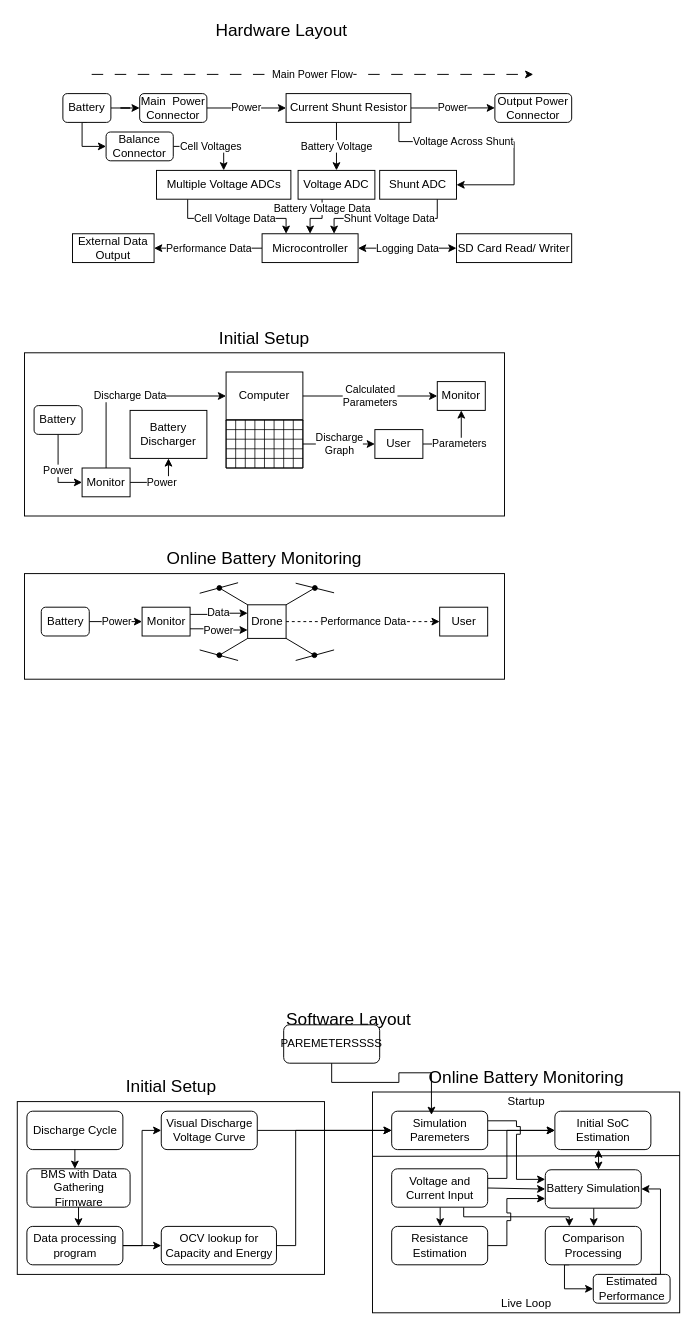
Earlier version of the draw.io diagram dissertation/Block Diagram.drawio (karl03/predictive-bms). Source tidied: cells renumbered, new cells numbered last; positions are measured from the earlier drawing's top-left corner, leaving out a move shared by most shapes. Both pictures are drawn from the tidied source at 96%, with x=0, y=0 at pixel (16, 16).
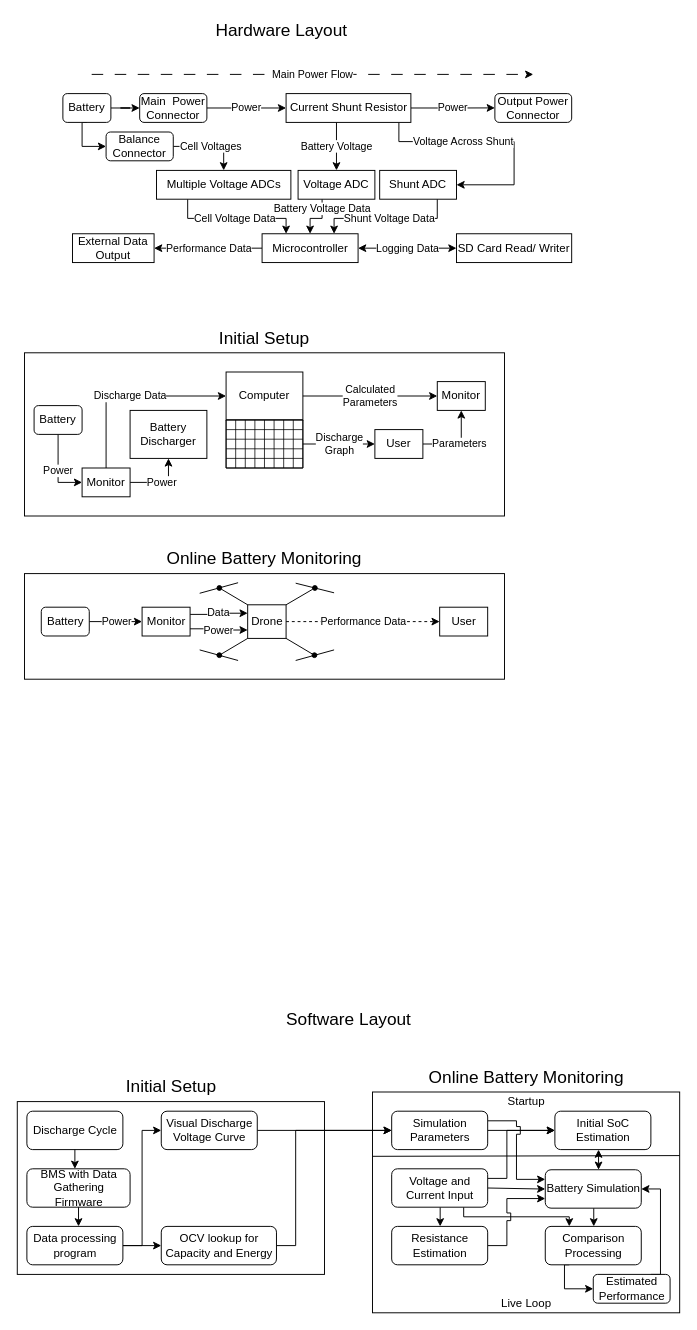
The same page after the edit.

Commit message (it also covers changes not shown here):
Update diagram, comments

Unchanged cells that the change refers to:
```xml
<mxCell id="32" value="Startup" style="text;html=1;strokeColor=none;fillColor=none;align=center;verticalAlign=middle;whiteSpace=wrap;rounded=0;" parent="1" vertex="1">
  <mxGeometry x="370.5" y="1120" width="320" height="20" as="geometry" />
</mxCell>
```

Diff of the diagram source:
```diff
@@
-    <mxCell id="19" value="Simulation Paremeters" style="rounded=1;whiteSpace=wrap;html=1;" parent="1" vertex="1">
+    <mxCell id="19" value="Simulation Parameters" style="rounded=1;whiteSpace=wrap;html=1;" parent="1" vertex="1">
       <mxGeometry x="390.5" y="1140" width="100" height="40" as="geometry" />
     </mxCell>
@@
-    <mxCell id="110" value="PAREMETERSSSS" style="rounded=1;whiteSpace=wrap;html=1;" parent="1" vertex="1">
-      <mxGeometry x="278" y="1050" width="100" height="40" as="geometry" />
-    </mxCell>
-    <mxCell id="111" style="edgeStyle=orthogonalEdgeStyle;rounded=0;jettySize=auto;html=1;entryX=0.192;entryY=1.194;entryDx=0;entryDy=0;entryPerimeter=0;" parent="1" edge="1" source="110" target="32">
-      <mxGeometry relative="1" as="geometry" />
-    </mxCell>
```
